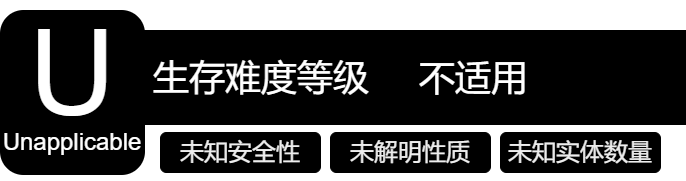
This is czz-unapplicable.png from czz4188/BackroomsCN-mirahaze-documents, a draw.io export, as it was before one commit. Source tidied: cells renumbered, new cells last; positions are measured from the earlier drawing's top-left corner, leaving out a move shared by most shapes. The source it was exported from:
```xml
<mxGraphModel>
  <root>
    <mxCell id="0" />
    <mxCell id="1" parent="0" />
    <mxCell id="2" style="rounded=0;whiteSpace=wrap;html=1;fillColor=#000000;strokeColor=#000000;strokeWidth=5;glass=0;shadow=0;labelBackgroundColor=none;fontColor=#EEEEEE;" parent="1" vertex="1">
      <mxGeometry x="140" y="20" width="541" height="90" as="geometry" />
    </mxCell>
    <mxCell id="3" value="&lt;font style=&quot;font-size: 36px; color: rgb(255, 255, 255);&quot;&gt;生存难度等级&amp;nbsp; &amp;nbsp; &amp;nbsp;不适用&lt;/font&gt;" style="text;strokeColor=none;fillColor=none;align=left;verticalAlign=middle;spacingLeft=4;spacingRight=4;overflow=hidden;whiteSpace=wrap;html=1;rounded=0;glass=0;labelBackgroundColor=none;fontColor=#EEEEEE;" parent="1" vertex="1">
      <mxGeometry x="145" y="40" width="536" height="50" as="geometry" />
    </mxCell>
    <mxCell id="4" value="&lt;font style=&quot;font-size: 24px;&quot;&gt;未知实体数量&lt;/font&gt;" style="rounded=1;whiteSpace=wrap;html=1;fillColor=#000000;strokeColor=#000000;labelBackgroundColor=none;fontColor=#EEEEEE;" parent="1" vertex="1">
      <mxGeometry x="498" y="120" width="160" height="40" as="geometry" />
    </mxCell>
    <mxCell id="5" value="&lt;font style=&quot;font-size: 24px;&quot;&gt;未解明性质&lt;/font&gt;" style="rounded=1;whiteSpace=wrap;html=1;fillColor=#000000;strokeColor=#000000;direction=east;labelBackgroundColor=none;fontColor=#EEEEEE;" parent="1" vertex="1">
      <mxGeometry x="328" y="120" width="160" height="40" as="geometry" />
    </mxCell>
    <mxCell id="6" value="&lt;span style=&quot;font-size: 24px;&quot;&gt;未知安全性&lt;/span&gt;" style="rounded=1;whiteSpace=wrap;html=1;fillColor=#000000;strokeColor=#000000;labelBackgroundColor=none;fontColor=#EEEEEE;" parent="1" vertex="1">
      <mxGeometry x="158" y="120" width="160" height="40" as="geometry" />
    </mxCell>
    <mxCell id="7" style="rounded=1;whiteSpace=wrap;html=1;fillColor=#000000;strokeColor=#000000;strokeWidth=5;labelBackgroundColor=none;fontColor=#EEEEEE;" parent="1" vertex="1">
      <mxGeometry width="140" height="160" as="geometry" />
    </mxCell>
    <mxCell id="8" value="&lt;font style=&quot;color: rgb(255, 255, 255); font-size: 120px;&quot;&gt;U&lt;/font&gt;" style="text;html=1;align=center;verticalAlign=middle;whiteSpace=wrap;rounded=0;labelBackgroundColor=none;fontColor=#EEEEEE;" parent="1" vertex="1">
      <mxGeometry x="20" width="100" height="120" as="geometry" />
    </mxCell>
    <mxCell id="9" value="&lt;font style=&quot;color: rgb(255, 255, 255); font-size: 24px;&quot;&gt;Unapplicable&lt;/font&gt;" style="text;html=1;align=center;verticalAlign=middle;whiteSpace=wrap;rounded=0;labelBackgroundColor=none;fontColor=#EEEEEE;" parent="1" vertex="1">
      <mxGeometry x="10" y="100" width="120" height="60" as="geometry" />
    </mxCell>
    <mxCell id="10" style="edgeStyle=orthogonalEdgeStyle;rounded=0;orthogonalLoop=1;jettySize=auto;html=1;exitX=0.5;exitY=1;exitDx=0;exitDy=0;strokeColor=#000000;" parent="1" edge="1" source="4" target="4">
      <mxGeometry relative="1" as="geometry" />
    </mxCell>
  </root>
</mxGraphModel>
```
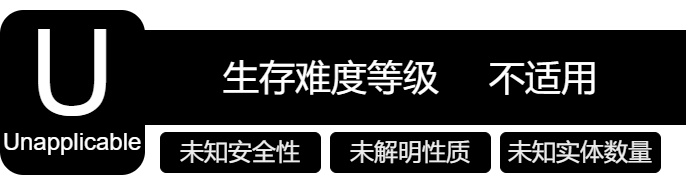
After the commit.

What changed in the source:
```diff
@@ -5,7 +5,7 @@
     <mxCell id="2" style="rounded=0;whiteSpace=wrap;html=1;fillColor=#000000;strokeColor=#000000;strokeWidth=5;glass=0;shadow=0;labelBackgroundColor=none;fontColor=#EEEEEE;" parent="1" vertex="1">
       <mxGeometry x="140" y="20" width="541" height="90" as="geometry" />
     </mxCell>
-    <mxCell id="3" value="&lt;font style=&quot;font-size: 36px; color: rgb(255, 255, 255);&quot;&gt;生存难度等级&amp;nbsp; &amp;nbsp; &amp;nbsp;不适用&lt;/font&gt;" style="text;strokeColor=none;fillColor=none;align=left;verticalAlign=middle;spacingLeft=4;spacingRight=4;overflow=hidden;whiteSpace=wrap;html=1;rounded=0;glass=0;labelBackgroundColor=none;fontColor=#EEEEEE;" parent="1" vertex="1">
+    <mxCell id="3" value="&lt;font style=&quot;font-size: 36px; color: rgb(255, 255, 255);&quot;&gt;&amp;nbsp; &amp;nbsp; &amp;nbsp; &amp;nbsp;生存难度等级&amp;nbsp; &amp;nbsp; &amp;nbsp;不适用&lt;/font&gt;" style="text;strokeColor=none;fillColor=none;align=left;verticalAlign=middle;spacingLeft=4;spacingRight=4;overflow=hidden;whiteSpace=wrap;html=1;rounded=0;glass=0;labelBackgroundColor=none;fontColor=#EEEEEE;" parent="1" vertex="1">
       <mxGeometry x="145" y="40" width="536" height="50" as="geometry" />
     </mxCell>
     <mxCell id="4" value="&lt;font style=&quot;font-size: 24px;&quot;&gt;未知实体数量&lt;/font&gt;" style="rounded=1;whiteSpace=wrap;html=1;fillColor=#000000;strokeColor=#000000;labelBackgroundColor=none;fontColor=#EEEEEE;" parent="1" vertex="1">
@@ -24,7 +24,7 @@
       <mxGeometry x="20" width="100" height="120" as="geometry" />
     </mxCell>
     <mxCell id="9" value="&lt;font style=&quot;color: rgb(255, 255, 255); font-size: 24px;&quot;&gt;Unapplicable&lt;/font&gt;" style="text;html=1;align=center;verticalAlign=middle;whiteSpace=wrap;rounded=0;labelBackgroundColor=none;fontColor=#EEEEEE;" parent="1" vertex="1">
-      <mxGeometry x="10" y="100" width="120" height="60" as="geometry" />
+      <mxGeometry y="100" width="140" height="60" as="geometry" />
     </mxCell>
     <mxCell id="10" style="edgeStyle=orthogonalEdgeStyle;rounded=0;orthogonalLoop=1;jettySize=auto;html=1;exitX=0.5;exitY=1;exitDx=0;exitDy=0;strokeColor=#000000;" parent="1" edge="1" source="4" target="4">
       <mxGeometry relative="1" as="geometry" />
```
